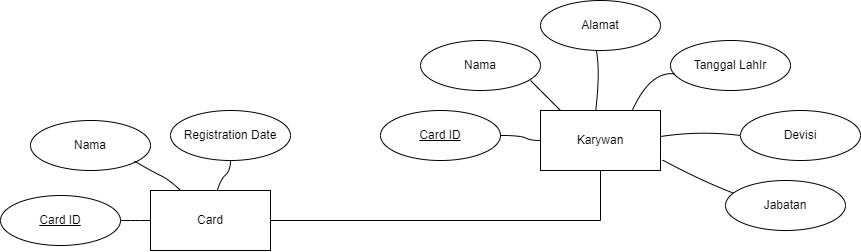
Above: ERD.drawio.png in Nuur-R/Projek_NSK (draw.io), before the change. Source tidied: cells renumbered, new cells last; positions are measured from the earlier drawing's top-left corner, leaving out a move shared by most shapes.
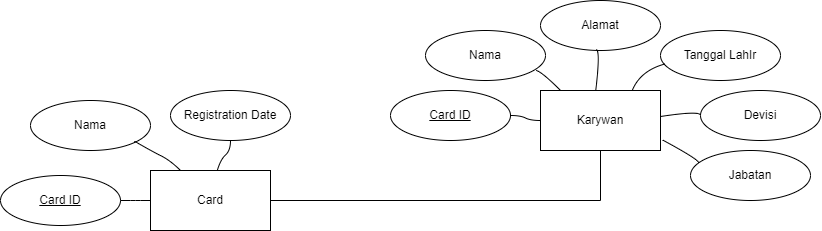
Later version of the same file.

Diff of the diagram source:
```diff
@@ -6,26 +6,25 @@
       <mxGeometry x="540" y="110" width="120" height="60" as="geometry" />
     </mxCell>
     <mxCell id="3" value="Nama" style="ellipse;whiteSpace=wrap;html=1;" parent="1" vertex="1">
-      <mxGeometry x="420" y="40" width="120" height="50" as="geometry" />
+      <mxGeometry x="425" y="50" width="120" height="50" as="geometry" />
     </mxCell>
     <mxCell id="4" value="&lt;u&gt;Card ID&lt;/u&gt;" style="ellipse;whiteSpace=wrap;html=1;" parent="1" vertex="1">
-      <mxGeometry x="380" y="110" width="120" height="50" as="geometry" />
+      <mxGeometry x="390" y="110" width="120" height="50" as="geometry" />
     </mxCell>
     <mxCell id="5" value="Alamat" style="ellipse;whiteSpace=wrap;html=1;" parent="1" vertex="1">
-      <mxGeometry x="540" width="120" height="50" as="geometry" />
+      <mxGeometry x="540" y="20" width="120" height="50" as="geometry" />
     </mxCell>
     <mxCell id="6" value="Tanggal LahIr" style="ellipse;whiteSpace=wrap;html=1;" parent="1" vertex="1">
-      <mxGeometry x="670" y="40" width="120" height="50" as="geometry" />
+      <mxGeometry x="660" y="50" width="120" height="50" as="geometry" />
     </mxCell>
     <mxCell id="7" value="Devisi" style="ellipse;whiteSpace=wrap;html=1;" parent="1" vertex="1">
-      <mxGeometry x="740" y="110" width="120" height="50" as="geometry" />
+      <mxGeometry x="700" y="110" width="120" height="50" as="geometry" />
     </mxCell>
     <mxCell id="8" value="Jabatan" style="ellipse;whiteSpace=wrap;html=1;" parent="1" vertex="1">
-      <mxGeometry x="725" y="180" width="120" height="50" as="geometry" />
+      <mxGeometry x="690" y="170" width="120" height="50" as="geometry" />
     </mxCell>
-    <mxCell id="9" style="curved=1;endArrow=none;html=1;rounded=0;entryX=0;entryY=0.5;entryDx=0;entryDy=0;startArrow=none;startFill=0;endFill=0;" parent="1" edge="1" target="2">
+    <mxCell id="9" style="curved=1;endArrow=none;html=1;rounded=0;entryX=0;entryY=0.5;entryDx=0;entryDy=0;startArrow=none;startFill=0;endFill=0;exitX=1;exitY=0.5;exitDx=0;exitDy=0;" parent="1" edge="1" source="4" target="2">
       <mxGeometry relative="1" as="geometry">
-        <mxPoint x="500" y="135" as="sourcePoint" />
         <Array as="points">
           <mxPoint x="520" y="135" />
           <mxPoint x="530" y="140" />
@@ -49,7 +48,7 @@
     <mxCell id="12" style="curved=1;endArrow=none;html=1;rounded=0;entryX=0.765;entryY=-0.003;entryDx=0;entryDy=0;startArrow=none;startFill=0;endFill=0;exitX=0.038;exitY=0.669;exitDx=0;exitDy=0;exitPerimeter=0;entryPerimeter=0;" parent="1" edge="1" source="6" target="2">
       <mxGeometry relative="1" as="geometry">
         <Array as="points">
-          <mxPoint x="650" y="70" />
+          <mxPoint x="640" y="90" />
         </Array>
       </mxGeometry>
     </mxCell>
```
